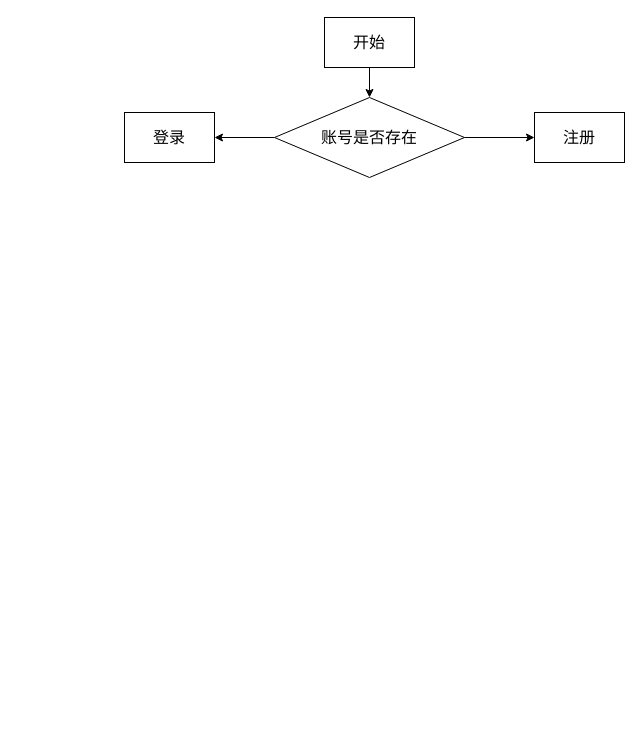
Above: 未命名绘图.drawio in guandi1013/test (draw.io), before the change. Source tidied: cells renumbered, new cells numbered last; positions are measured from the earlier drawing's top-left corner, leaving out a move shared by most shapes. Both pictures are drawn from the tidied source at 100%, with x=0, y=0 at pixel (124, 17).
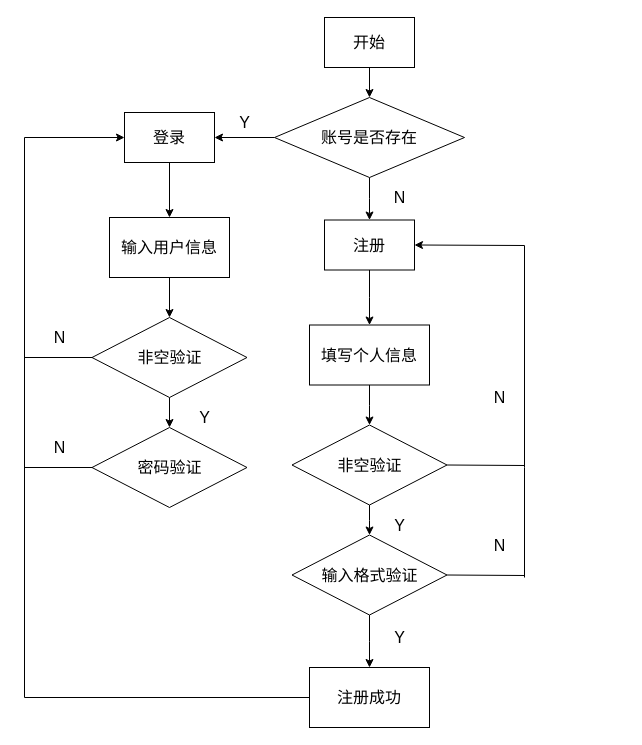
After the change.

The change refers to these unchanged cells:
```xml
<mxCell id="6" value="&lt;font style=&quot;font-size: 16px&quot;&gt;账号是否存在&lt;/font&gt;" style="rhombus;whiteSpace=wrap;html=1;" parent="1" vertex="1">
  <mxGeometry x="150" y="80" width="190" height="80" as="geometry" />
</mxCell>
<mxCell id="7" value="&lt;font style=&quot;font-size: 16px&quot;&gt;登录&lt;/font&gt;" style="rounded=0;whiteSpace=wrap;html=1;sketch=0;shadow=0;glass=0;" parent="1" vertex="1">
  <mxGeometry y="95" width="90" height="50" as="geometry" />
</mxCell>
```

What changed in the source:
```diff
@@
-    <mxCell id="5" style="edgeStyle=orthogonalEdgeStyle;rounded=0;jettySize=auto;html=1;" parent="1" edge="1" source="6" target="8">
+    <mxCell id="5" style="edgeStyle=elbowEdgeStyle;rounded=0;jettySize=auto;elbow=vertical;html=1;" parent="1" edge="1" source="6" target="8">
       <mxGeometry relative="1" as="geometry" />
     </mxCell>
@@
+    <mxCell id="9" style="edgeStyle=orthogonalEdgeStyle;rounded=0;jettySize=auto;html=1;" parent="1" edge="1" source="7" target="12">
+      <mxGeometry relative="1" as="geometry" />
+    </mxCell>
@@
+    <mxCell id="10" style="edgeStyle=elbowEdgeStyle;rounded=0;jettySize=auto;elbow=vertical;html=1;" parent="1" edge="1" source="8" target="24">
+      <mxGeometry relative="1" as="geometry" />
+    </mxCell>
     <mxCell id="8" value="&lt;font style=&quot;font-size: 16px&quot;&gt;注册&lt;/font&gt;" style="rounded=0;whiteSpace=wrap;html=1;sketch=0;shadow=0;glass=0;" parent="1" vertex="1">
-      <mxGeometry x="410" y="95" width="90" height="50" as="geometry" />
+      <mxGeometry x="200" y="202.5" width="90" height="50" as="geometry" />
     </mxCell>
+    <mxCell id="11" style="edgeStyle=orthogonalEdgeStyle;rounded=0;jettySize=auto;html=1;" parent="1" edge="1" source="12" target="14">
+      <mxGeometry relative="1" as="geometry" />
+    </mxCell>
+    <mxCell id="12" value="&lt;font style=&quot;font-size: 16px&quot;&gt;输入用户信息&lt;/font&gt;" style="whiteSpace=wrap;html=1;rounded=0;shadow=0;glass=0;sketch=0;" parent="1" vertex="1">
+      <mxGeometry x="-15" y="200" width="120" height="60" as="geometry" />
+    </mxCell>
+    <mxCell id="13" style="edgeStyle=orthogonalEdgeStyle;rounded=0;jettySize=auto;html=1;" parent="1" edge="1" source="14" target="15">
+      <mxGeometry relative="1" as="geometry" />
+    </mxCell>
+    <mxCell id="14" value="&lt;font style=&quot;font-size: 16px&quot;&gt;非空验证&lt;/font&gt;" style="rhombus;whiteSpace=wrap;html=1;rounded=0;shadow=0;glass=0;sketch=0;" parent="1" vertex="1">
+      <mxGeometry x="-32.5" y="300" width="155" height="80" as="geometry" />
+    </mxCell>
+    <mxCell id="15" value="&lt;span style=&quot;font-size: 16px&quot;&gt;密码验证&lt;/span&gt;" style="rhombus;whiteSpace=wrap;html=1;rounded=0;shadow=0;glass=0;sketch=0;" parent="1" vertex="1">
+      <mxGeometry x="-32.5" y="410" width="155" height="80" as="geometry" />
+    </mxCell>
+    <mxCell id="16" value="&lt;font style=&quot;font-size: 16px&quot;&gt;Y&lt;/font&gt;" style="text;html=1;align=center;verticalAlign=middle;fillColor=none;strokeColor=none;rounded=0;" parent="1" vertex="1">
+      <mxGeometry x="65" y="390" width="30" height="20" as="geometry" />
+    </mxCell>
+    <mxCell id="17" style="endArrow=none;html=1;exitX=0;exitY=0.5;exitDx=0;exitDy=0;" parent="1" edge="1" source="15">
+      <mxGeometry relative="1" as="geometry">
+        <mxPoint x="-100" y="450" as="targetPoint" />
+      </mxGeometry>
+    </mxCell>
+    <mxCell id="18" style="endArrow=none;html=1;" parent="1" edge="1">
+      <mxGeometry relative="1" as="geometry">
+        <mxPoint x="-100" y="680" as="sourcePoint" />
+        <mxPoint x="-100" y="120" as="targetPoint" />
+      </mxGeometry>
+    </mxCell>
+    <mxCell id="19" style="endArrow=classic;html=1;entryX=0;entryY=0.5;entryDx=0;entryDy=0;" parent="1" edge="1" target="7">
+      <mxGeometry relative="1" as="geometry">
+        <mxPoint x="-100" y="120" as="sourcePoint" />
+      </mxGeometry>
+    </mxCell>
+    <mxCell id="20" style="endArrow=none;html=1;exitX=0;exitY=0.5;exitDx=0;exitDy=0;" parent="1" edge="1" source="14">
+      <mxGeometry relative="1" as="geometry">
+        <mxPoint x="-100" y="340" as="targetPoint" />
+      </mxGeometry>
+    </mxCell>
+    <mxCell id="21" value="&lt;span style=&quot;font-size: 16px&quot;&gt;N&lt;/span&gt;" style="text;html=1;align=center;verticalAlign=middle;fillColor=none;strokeColor=none;rounded=0;" parent="1" vertex="1">
+      <mxGeometry x="-80" y="310" width="30" height="20" as="geometry" />
+    </mxCell>
+    <mxCell id="22" value="&lt;span style=&quot;font-size: 16px&quot;&gt;N&lt;/span&gt;" style="text;html=1;align=center;verticalAlign=middle;fillColor=none;strokeColor=none;rounded=0;" parent="1" vertex="1">
+      <mxGeometry x="-80" y="420" width="30" height="20" as="geometry" />
+    </mxCell>
+    <mxCell id="23" style="edgeStyle=elbowEdgeStyle;rounded=0;jettySize=auto;elbow=vertical;html=1;" parent="1" edge="1" source="24" target="26">
+      <mxGeometry relative="1" as="geometry" />
+    </mxCell>
+    <mxCell id="24" value="&lt;font style=&quot;font-size: 16px&quot;&gt;填写个人信息&lt;/font&gt;" style="whiteSpace=wrap;html=1;rounded=0;shadow=0;glass=0;sketch=0;" parent="1" vertex="1">
+      <mxGeometry x="185" y="307.5" width="120" height="60" as="geometry" />
+    </mxCell>
+    <mxCell id="25" style="edgeStyle=elbowEdgeStyle;rounded=0;jettySize=auto;elbow=vertical;html=1;" parent="1" edge="1" source="26" target="28">
+      <mxGeometry relative="1" as="geometry" />
+    </mxCell>
+    <mxCell id="26" value="&lt;font style=&quot;font-size: 16px&quot;&gt;非空验证&lt;/font&gt;" style="rhombus;whiteSpace=wrap;html=1;rounded=0;shadow=0;glass=0;sketch=0;" parent="1" vertex="1">
+      <mxGeometry x="167.5" y="407.5" width="155" height="80" as="geometry" />
+    </mxCell>
+    <mxCell id="27" style="edgeStyle=elbowEdgeStyle;rounded=0;jettySize=auto;elbow=vertical;html=1;" parent="1" edge="1" source="28" target="37">
+      <mxGeometry relative="1" as="geometry" />
+    </mxCell>
+    <mxCell id="28" value="&lt;font style=&quot;font-size: 16px&quot;&gt;输入格式验证&lt;/font&gt;" style="rhombus;whiteSpace=wrap;html=1;rounded=0;shadow=0;glass=0;sketch=0;" parent="1" vertex="1">
+      <mxGeometry x="167.5" y="517.5" width="155" height="80" as="geometry" />
+    </mxCell>
+    <mxCell id="29" value="&lt;font style=&quot;font-size: 16px&quot;&gt;Y&lt;/font&gt;" style="text;html=1;align=center;verticalAlign=middle;fillColor=none;strokeColor=none;rounded=0;" parent="1" vertex="1">
+      <mxGeometry x="260" y="497.5" width="30" height="20" as="geometry" />
+    </mxCell>
+    <mxCell id="30" style="endArrow=none;html=1;entryX=1;entryY=0.5;entryDx=0;entryDy=0;" parent="1" edge="1" target="26">
+      <mxGeometry relative="1" as="geometry">
+        <mxPoint x="400" y="448" as="sourcePoint" />
+      </mxGeometry>
+    </mxCell>
+    <mxCell id="31" style="endArrow=none;html=1;" parent="1" edge="1">
+      <mxGeometry relative="1" as="geometry">
+        <mxPoint x="400" y="450" as="sourcePoint" />
+        <mxPoint x="400" y="228" as="targetPoint" />
+      </mxGeometry>
+    </mxCell>
+    <mxCell id="32" style="endArrow=classic;html=1;entryX=1;entryY=0.5;entryDx=0;entryDy=0;" parent="1" edge="1" target="8">
+      <mxGeometry relative="1" as="geometry">
+        <mxPoint x="400" y="228" as="sourcePoint" />
+      </mxGeometry>
+    </mxCell>
+    <mxCell id="33" value="&lt;span style=&quot;font-size: 16px&quot;&gt;N&lt;/span&gt;" style="text;html=1;align=center;verticalAlign=middle;fillColor=none;strokeColor=none;rounded=0;" parent="1" vertex="1">
+      <mxGeometry x="360" y="370" width="30" height="20" as="geometry" />
+    </mxCell>
+    <mxCell id="34" style="endArrow=none;html=1;entryX=1;entryY=0.5;entryDx=0;entryDy=0;" parent="1" edge="1" target="28">
+      <mxGeometry relative="1" as="geometry">
+        <mxPoint x="400" y="558" as="sourcePoint" />
+      </mxGeometry>
+    </mxCell>
+    <mxCell id="35" style="endArrow=none;html=1;" parent="1" edge="1">
+      <mxGeometry relative="1" as="geometry">
+        <mxPoint x="400" y="450" as="sourcePoint" />
+        <mxPoint x="400" y="560" as="targetPoint" />
+      </mxGeometry>
+    </mxCell>
+    <mxCell id="36" value="&lt;span style=&quot;font-size: 16px&quot;&gt;N&lt;/span&gt;" style="text;html=1;align=center;verticalAlign=middle;fillColor=none;strokeColor=none;rounded=0;" parent="1" vertex="1">
+      <mxGeometry x="360" y="517.5" width="30" height="20" as="geometry" />
+    </mxCell>
+    <mxCell id="37" value="&lt;font style=&quot;font-size: 16px&quot;&gt;注册成功&lt;/font&gt;" style="whiteSpace=wrap;html=1;rounded=0;shadow=0;glass=0;sketch=0;" parent="1" vertex="1">
+      <mxGeometry x="185" y="650" width="120" height="60" as="geometry" />
+    </mxCell>
+    <mxCell id="38" value="&lt;font style=&quot;font-size: 16px&quot;&gt;Y&lt;/font&gt;" style="text;html=1;align=center;verticalAlign=middle;fillColor=none;strokeColor=none;rounded=0;" parent="1" vertex="1">
+      <mxGeometry x="260" y="610" width="30" height="20" as="geometry" />
+    </mxCell>
+    <mxCell id="39" style="endArrow=none;html=1;entryX=0;entryY=0.5;entryDx=0;entryDy=0;" parent="1" edge="1" target="37">
+      <mxGeometry relative="1" as="geometry">
+        <mxPoint x="-100" y="680" as="sourcePoint" />
+      </mxGeometry>
+    </mxCell>
+    <mxCell id="40" value="&lt;font style=&quot;font-size: 16px&quot;&gt;Y&lt;/font&gt;" style="text;html=1;align=center;verticalAlign=middle;fillColor=none;strokeColor=none;rounded=0;" parent="1" vertex="1">
+      <mxGeometry x="105" y="95" width="30" height="20" as="geometry" />
+    </mxCell>
+    <mxCell id="41" value="&lt;span style=&quot;font-size: 16px&quot;&gt;N&lt;/span&gt;" style="text;html=1;align=center;verticalAlign=middle;fillColor=none;strokeColor=none;rounded=0;" parent="1" vertex="1">
+      <mxGeometry x="260" y="170" width="30" height="20" as="geometry" />
+    </mxCell>
```
